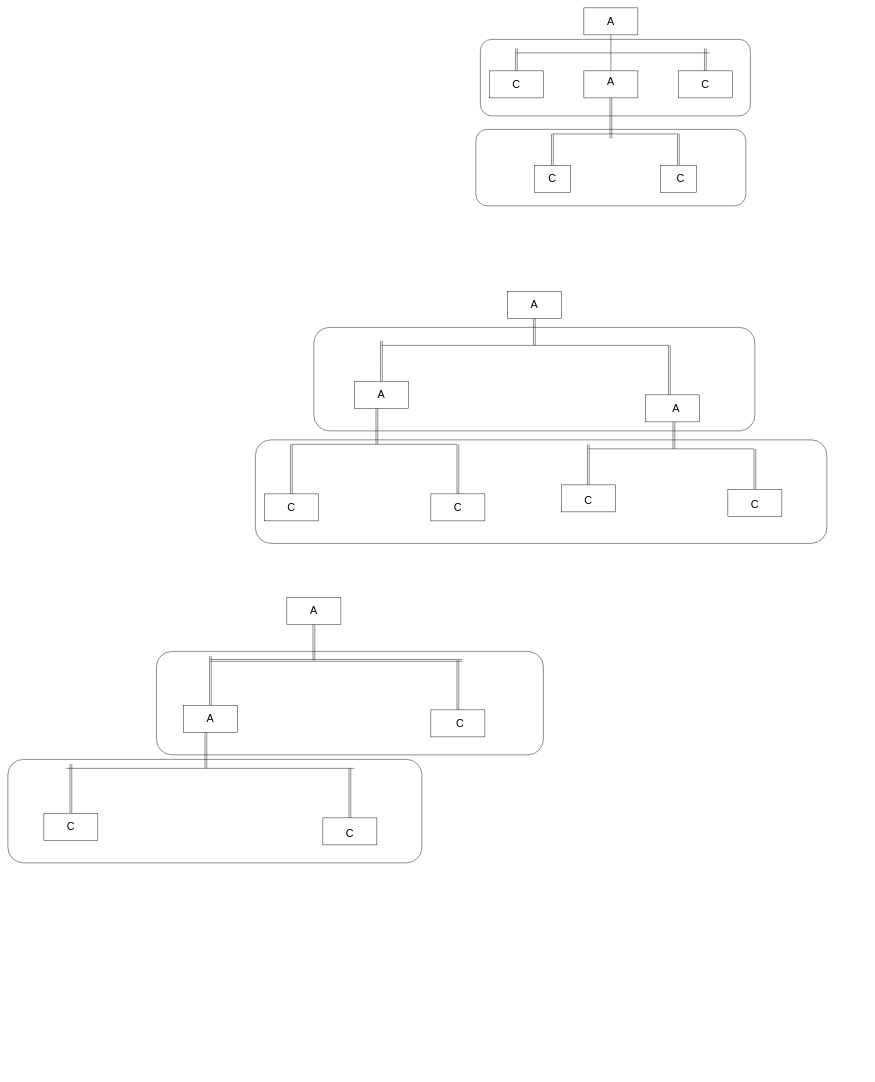
The draw.io diagram Programação_modular.drawio in livramos/Modelagem-de-Dados-, before the edit. Source tidied: cells renumbered, new cells numbered last; positions are measured from the earlier drawing's top-left corner, leaving out a move shared by most shapes. Both pictures are drawn from the tidied source at 45%, with x=0, y=0 at pixel (8, 8).
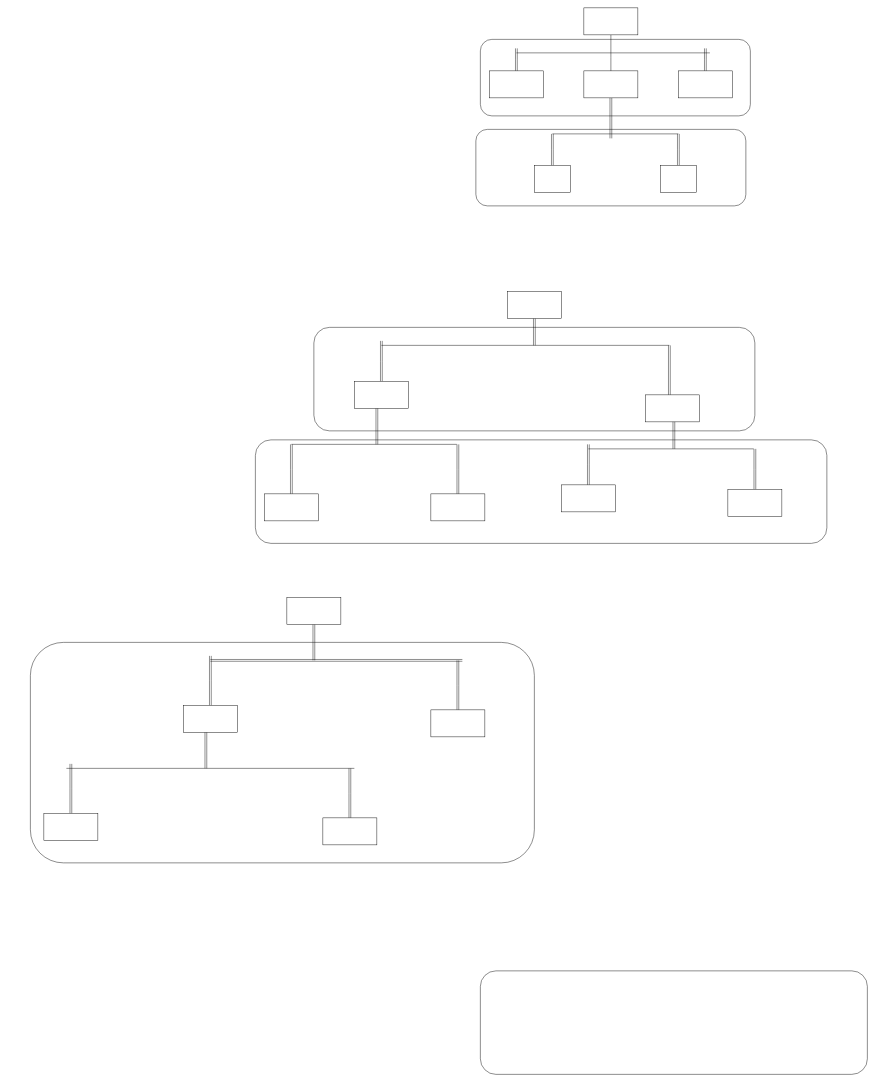
Above is the later version.

Diff of the diagram source:
```diff
@@
     <mxCell id="2" style="rounded=1;whiteSpace=wrap;html=1;fillColor=light-dark(#FFFFFF,#000000);strokeColor=light-dark(#000000,#FF2248);" parent="1" vertex="1">
-      <mxGeometry y="1670" width="920" height="230" as="geometry" />
+      <mxGeometry x="50" y="1410" width="1120" height="490" as="geometry" />
     </mxCell>
     <mxCell id="3" style="rounded=1;whiteSpace=wrap;html=1;fillColor=light-dark(#FFFFFF,#000000);strokeColor=light-dark(#000000,#FF2248);" parent="1" vertex="1">
-      <mxGeometry x="330" y="1430" width="860" height="230" as="geometry" />
+      <mxGeometry x="1050" y="2140" width="860" height="230" as="geometry" />
     </mxCell>
@@
-    <mxCell id="54" value="&lt;font style=&quot;font-size: 24px;&quot;&gt;C&lt;/font&gt;" style="text;html=1;align=center;verticalAlign=middle;whiteSpace=wrap;rounded=0;" parent="1" vertex="1">
-      <mxGeometry x="1095" y="155" width="70" height="30" as="geometry" />
-    </mxCell>
-    <mxCell id="55" value="&lt;font style=&quot;font-size: 24px;&quot;&gt;C&lt;/font&gt;" style="text;html=1;align=center;verticalAlign=middle;whiteSpace=wrap;rounded=0;" parent="1" vertex="1">
-      <mxGeometry x="1515" y="155" width="70" height="30" as="geometry" />
-    </mxCell>
-    <mxCell id="56" value="&lt;font style=&quot;font-size: 24px;&quot;&gt;C&lt;/font&gt;" style="text;html=1;align=center;verticalAlign=middle;whiteSpace=wrap;rounded=0;" parent="1" vertex="1">
-      <mxGeometry x="1175" y="365" width="70" height="30" as="geometry" />
-    </mxCell>
-    <mxCell id="57" value="&lt;font style=&quot;font-size: 24px;&quot;&gt;C&lt;/font&gt;" style="text;html=1;align=center;verticalAlign=middle;whiteSpace=wrap;rounded=0;" parent="1" vertex="1">
-      <mxGeometry x="1460" y="365" width="70" height="30" as="geometry" />
-    </mxCell>
-    <mxCell id="58" value="&lt;font style=&quot;font-size: 24px;&quot;&gt;C&lt;/font&gt;" style="text;html=1;align=center;verticalAlign=middle;whiteSpace=wrap;rounded=0;" parent="1" vertex="1">
-      <mxGeometry x="1625" y="1090" width="70" height="30" as="geometry" />
-    </mxCell>
-    <mxCell id="59" value="&lt;font style=&quot;font-size: 24px;&quot;&gt;C&lt;/font&gt;" style="text;html=1;align=center;verticalAlign=middle;whiteSpace=wrap;rounded=0;" parent="1" vertex="1">
-      <mxGeometry x="1255" y="1080" width="70" height="30" as="geometry" />
-    </mxCell>
-    <mxCell id="60" value="&lt;font style=&quot;font-size: 24px;&quot;&gt;C&lt;/font&gt;" style="text;html=1;align=center;verticalAlign=middle;whiteSpace=wrap;rounded=0;" parent="1" vertex="1">
-      <mxGeometry x="965" y="1095" width="70" height="30" as="geometry" />
-    </mxCell>
-    <mxCell id="61" value="&lt;font style=&quot;font-size: 24px;&quot;&gt;C&lt;/font&gt;" style="text;html=1;align=center;verticalAlign=middle;whiteSpace=wrap;rounded=0;" parent="1" vertex="1">
-      <mxGeometry x="595" y="1095" width="70" height="30" as="geometry" />
-    </mxCell>
-    <mxCell id="62" value="&lt;font style=&quot;font-size: 24px;&quot;&gt;C&lt;/font&gt;" style="text;html=1;align=center;verticalAlign=middle;whiteSpace=wrap;rounded=0;" parent="1" vertex="1">
-      <mxGeometry x="970" y="1575" width="70" height="30" as="geometry" />
-    </mxCell>
-    <mxCell id="63" value="&lt;span style=&quot;font-size: 24px;&quot;&gt;A&lt;/span&gt;" style="text;html=1;align=center;verticalAlign=middle;whiteSpace=wrap;rounded=0;" parent="1" vertex="1">
-      <mxGeometry x="415" y="1565" width="70" height="30" as="geometry" />
-    </mxCell>
-    <mxCell id="64" value="&lt;font style=&quot;font-size: 24px;&quot;&gt;C&lt;/font&gt;" style="text;html=1;align=center;verticalAlign=middle;whiteSpace=wrap;rounded=0;" parent="1" vertex="1">
-      <mxGeometry x="105" y="1805" width="70" height="30" as="geometry" />
-    </mxCell>
-    <mxCell id="65" value="&lt;font style=&quot;font-size: 24px;&quot;&gt;C&lt;/font&gt;" style="text;html=1;align=center;verticalAlign=middle;whiteSpace=wrap;rounded=0;" parent="1" vertex="1">
-      <mxGeometry x="725" y="1820" width="70" height="30" as="geometry" />
-    </mxCell>
-    <mxCell id="66" value="&lt;span style=&quot;font-size: 24px;&quot;&gt;A&lt;/span&gt;" style="text;html=1;align=center;verticalAlign=middle;whiteSpace=wrap;rounded=0;" parent="1" vertex="1">
-      <mxGeometry x="645" y="1325" width="70" height="30" as="geometry" />
-    </mxCell>
-    <mxCell id="67" value="&lt;span style=&quot;font-size: 24px;&quot;&gt;A&lt;/span&gt;" style="text;html=1;align=center;verticalAlign=middle;whiteSpace=wrap;rounded=0;" parent="1" vertex="1">
-      <mxGeometry x="795" y="845" width="70" height="30" as="geometry" />
-    </mxCell>
-    <mxCell id="68" value="&lt;span style=&quot;font-size: 24px;&quot;&gt;A&lt;/span&gt;" style="text;html=1;align=center;verticalAlign=middle;whiteSpace=wrap;rounded=0;" parent="1" vertex="1">
-      <mxGeometry x="1450" y="875" width="70" height="30" as="geometry" />
-    </mxCell>
-    <mxCell id="69" value="&lt;span style=&quot;font-size: 24px;&quot;&gt;A&lt;/span&gt;" style="text;html=1;align=center;verticalAlign=middle;whiteSpace=wrap;rounded=0;" parent="1" vertex="1">
-      <mxGeometry x="1135" y="645" width="70" height="30" as="geometry" />
-    </mxCell>
-    <mxCell id="70" value="&lt;span style=&quot;font-size: 24px;&quot;&gt;A&lt;/span&gt;" style="text;html=1;align=center;verticalAlign=middle;whiteSpace=wrap;rounded=0;" parent="1" vertex="1">
-      <mxGeometry x="1305" y="150" width="70" height="30" as="geometry" />
-    </mxCell>
-    <mxCell id="71" value="&lt;span style=&quot;font-size: 24px;&quot;&gt;A&lt;/span&gt;" style="text;html=1;align=center;verticalAlign=middle;whiteSpace=wrap;rounded=0;" parent="1" vertex="1">
-      <mxGeometry x="1305" y="15" width="70" height="30" as="geometry" />
-    </mxCell>
```
